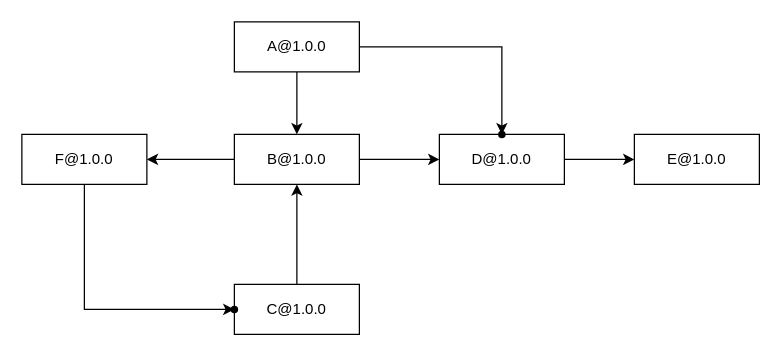
bralion/forBetter keeps this draw.io diagram as 06.npm包管理原理/ npm包管理探究.drawio. Above is the earlier version. Source tidied: cells renumbered, new cells numbered last; positions are measured from the earlier drawing's top-left corner, leaving out a move shared by most shapes. Both pictures are drawn from the tidied source at 125%, with x=0, y=0 at pixel (21, 21).
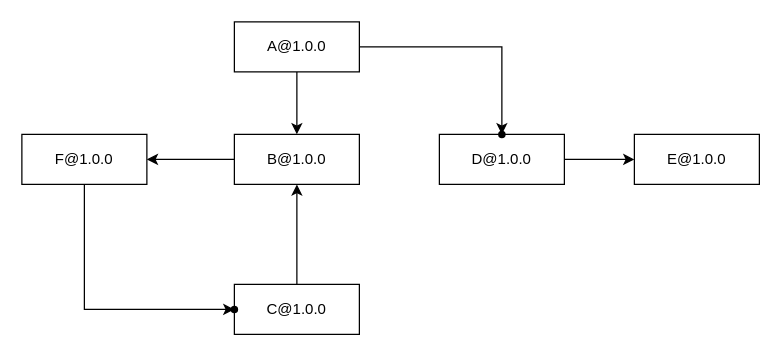
After the change.

What changed in the source:
```diff
@@
 <mxGraphModel>
   <root>
     <mxCell id="0" />
     <mxCell id="1" parent="0" />
     <mxCell id="2" style="edgeStyle=orthogonalEdgeStyle;rounded=0;jettySize=auto;html=1;" parent="1" edge="1" source="4" target="7">
       <mxGeometry relative="1" as="geometry" />
     </mxCell>
     <mxCell id="3" style="edgeStyle=orthogonalEdgeStyle;rounded=0;jettySize=auto;html=1;" parent="1" edge="1" source="4" target="12">
       <mxGeometry relative="1" as="geometry" />
     </mxCell>
     <mxCell id="4" value="A@1.0.0" style="rounded=0;whiteSpace=wrap;html=1;" parent="1" vertex="1">
       <mxGeometry x="170" width="100" height="40" as="geometry" />
     </mxCell>
-    <mxCell id="5" style="edgeStyle=orthogonalEdgeStyle;rounded=0;jettySize=auto;html=1;" parent="1" edge="1" source="7" target="11">
-      <mxGeometry relative="1" as="geometry" />
-    </mxCell>
     <mxCell id="6" style="edgeStyle=orthogonalEdgeStyle;rounded=0;jettySize=auto;html=1;" parent="1" edge="1" source="7" target="15">
       <mxGeometry relative="1" as="geometry" />
     </mxCell>
     <mxCell id="7" value="B@1.0.0" style="rounded=0;whiteSpace=wrap;html=1;" parent="1" vertex="1">
       <mxGeometry x="170" y="90" width="100" height="40" as="geometry" />
     </mxCell>
     <mxCell id="8" style="edgeStyle=orthogonalEdgeStyle;rounded=0;jettySize=auto;html=1;" parent="1" edge="1" source="9" target="7">
       <mxGeometry relative="1" as="geometry" />
     </mxCell>
     <mxCell id="9" value="C@1.0.0" style="rounded=0;whiteSpace=wrap;html=1;" parent="1" vertex="1">
       <mxGeometry x="170" y="210" width="100" height="40" as="geometry" />
     </mxCell>
     <mxCell id="10" style="edgeStyle=orthogonalEdgeStyle;rounded=0;jettySize=auto;html=1;" parent="1" edge="1" source="11" target="13">
       <mxGeometry relative="1" as="geometry" />
     </mxCell>
     <mxCell id="11" value="D@1.0.0" style="rounded=0;whiteSpace=wrap;html=1;" parent="1" vertex="1">
       <mxGeometry x="334" y="90" width="100" height="40" as="geometry" />
     </mxCell>
     <mxCell id="12" style="shape=waypoint;sketch=0;size=6;points=[];fillColor=default;perimeter=centerPerimeter;snapToPoint=1;rounded=0;" parent="1" vertex="1">
       <mxGeometry x="364" y="70" width="40" height="40" as="geometry" />
     </mxCell>
     <mxCell id="13" value="E@1.0.0" style="rounded=0;whiteSpace=wrap;html=1;" parent="1" vertex="1">
       <mxGeometry x="490" y="90" width="100" height="40" as="geometry" />
     </mxCell>
     <mxCell id="14" style="edgeStyle=orthogonalEdgeStyle;rounded=0;jettySize=auto;html=1;" parent="1" edge="1" source="15" target="16">
       <mxGeometry relative="1" as="geometry">
         <Array as="points">
           <mxPoint x="50" y="230" />
         </Array>
       </mxGeometry>
     </mxCell>
     <mxCell id="15" value="F@1.0.0" style="rounded=0;whiteSpace=wrap;html=1;" parent="1" vertex="1">
       <mxGeometry y="90" width="100" height="40" as="geometry" />
     </mxCell>
     <mxCell id="16" style="shape=waypoint;sketch=0;size=6;points=[];fillColor=default;perimeter=centerPerimeter;snapToPoint=1;rounded=0;" parent="1" vertex="1">
       <mxGeometry x="150" y="210" width="40" height="40" as="geometry" />
     </mxCell>
   </root>
 </mxGraphModel>
```
